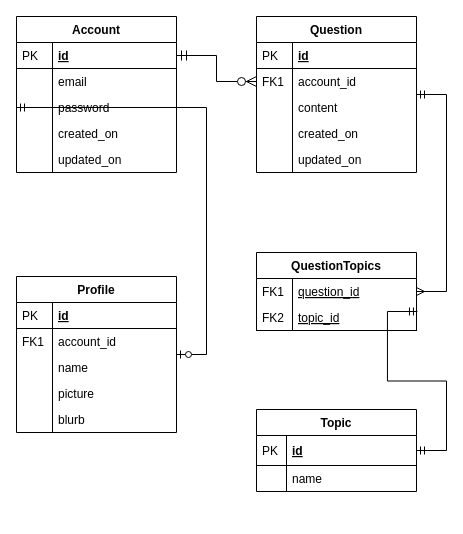
Earlier version of the draw.io diagram TableTopicsERD.drawio (michaelpetty/table-topics-generator). Source tidied: cells renumbered, new cells numbered last; positions are measured from the earlier drawing's top-left corner, leaving out a move shared by most shapes. Both pictures are drawn from the tidied source at 100%, with x=0, y=0 at pixel (16, 16).
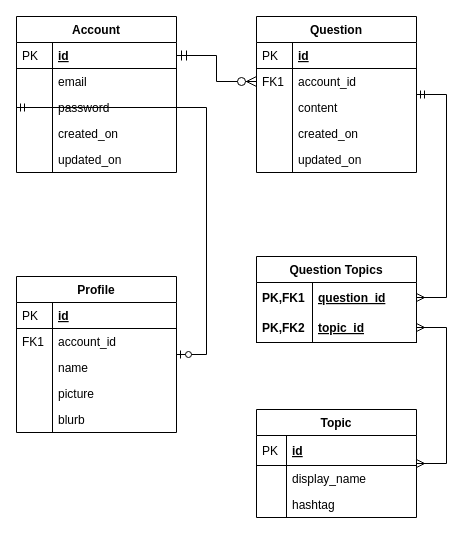
The same diagram, later.

Unchanged cells that the change refers to:
```xml
<mxCell id="14" value="Question" style="swimlane;fontStyle=1;horizontal=1;startSize=26;rounded=0;shadow=0;strokeWidth=1;" parent="1" vertex="1">
  <mxGeometry x="240" width="160" height="156" as="geometry" />
</mxCell>
```

Change to the diagram source:
```diff
@@
-    <mxCell id="13" style="edgeStyle=entityRelationEdgeStyle;rounded=0;jettySize=auto;html=1;startArrow=ERmandOne;startFill=0;endArrow=ERmany;endFill=0;" parent="1" edge="1" source="14" target="27">
+    <mxCell id="13" style="edgeStyle=entityRelationEdgeStyle;rounded=0;jettySize=auto;html=1;startArrow=ERmandOne;startFill=0;endArrow=ERmany;endFill=0;" parent="1" edge="1" source="14" target="28">
       <mxGeometry relative="1" as="geometry" />
     </mxCell>
@@
-    <mxCell id="26" style="edgeStyle=entityRelationEdgeStyle;rounded=0;jettySize=auto;html=1;startArrow=ERmandOne;startFill=0;endArrow=ERmandOne;endFill=0;exitX=1.006;exitY=0.269;exitDx=0;exitDy=0;exitPerimeter=0;" parent="1" edge="1" source="30" target="44">
+    <mxCell id="26" style="edgeStyle=entityRelationEdgeStyle;rounded=0;jettySize=auto;html=1;startArrow=ERmany;startFill=0;endArrow=ERmany;endFill=0;exitX=1;exitY=0.5;exitDx=0;exitDy=0;" parent="1" edge="1" source="30" target="44">
       <mxGeometry relative="1" as="geometry" />
     </mxCell>
-    <mxCell id="27" value="QuestionTopics" style="swimlane;fontStyle=1;horizontal=1;startSize=26;rounded=0;shadow=0;strokeWidth=1;swimlaneLine=1;" parent="1" vertex="1">
-      <mxGeometry x="240" y="236" width="160" height="78" as="geometry" />
-    </mxCell>
-    <mxCell id="28" value="question_id" style="shape=partialRectangle;top=0;left=0;right=0;bottom=1;align=left;verticalAlign=top;fillColor=none;spacingLeft=40;spacingRight=4;overflow=hidden;points=[[0,0.5],[1,0.5]];portConstraint=eastwest;rounded=0;shadow=0;strokeWidth=1;fontStyle=4;strokeColor=none;" parent="27" vertex="1">
-      <mxGeometry y="26" width="160" height="26" as="geometry" />
-    </mxCell>
-    <mxCell id="29" value="FK1" style="shape=partialRectangle;top=0;left=0;bottom=0;fillColor=none;align=left;verticalAlign=top;spacingLeft=4;spacingRight=4;overflow=hidden;" parent="28" vertex="1">
-      <mxGeometry width="36" height="26" as="geometry" />
-    </mxCell>
-    <mxCell id="30" value="topic_id" style="shape=partialRectangle;top=0;left=0;right=0;bottom=1;align=left;verticalAlign=top;fillColor=none;spacingLeft=40;spacingRight=4;overflow=hidden;points=[[0,0.5],[1,0.5]];portConstraint=eastwest;rounded=0;shadow=0;strokeWidth=1;fontStyle=4;" parent="27" vertex="1">
-      <mxGeometry y="52" width="160" height="26" as="geometry" />
-    </mxCell>
-    <mxCell id="31" value="FK2" style="shape=partialRectangle;top=0;left=0;bottom=0;fillColor=none;align=left;verticalAlign=top;spacingLeft=4;spacingRight=4;overflow=hidden;" parent="30" vertex="1">
-      <mxGeometry width="36" height="26" as="geometry" />
-    </mxCell>
@@
     <mxCell id="44" value="Topic" style="swimlane;fontStyle=1;horizontal=1;startSize=26;align=center;fontSize=12;rounded=0;shadow=0;strokeWidth=1;fillColor=none;" parent="1" vertex="1">
-      <mxGeometry x="240" y="393" width="160" height="82" as="geometry" />
+      <mxGeometry x="240" y="393" width="160" height="108" as="geometry" />
     </mxCell>
@@
-    <mxCell id="47" value="name" style="shape=partialRectangle;top=0;left=0;right=0;bottom=0;align=left;verticalAlign=top;fillColor=none;spacingLeft=34;spacingRight=4;overflow=hidden;fontSize=12;" parent="44" vertex="1">
+    <mxCell id="47" value="display_name" style="shape=partialRectangle;top=0;left=0;right=0;bottom=0;align=left;verticalAlign=top;fillColor=none;spacingLeft=34;spacingRight=4;overflow=hidden;fontSize=12;" parent="44" vertex="1">
       <mxGeometry y="56" width="160" height="26" as="geometry" />
     </mxCell>
@@
+    <mxCell id="49" value="hashtag" style="shape=partialRectangle;top=0;left=0;right=0;bottom=0;align=left;verticalAlign=top;fillColor=none;spacingLeft=34;spacingRight=4;overflow=hidden;fontSize=12;" parent="44" vertex="1">
+      <mxGeometry y="82" width="160" height="26" as="geometry" />
+    </mxCell>
+    <mxCell id="50" style="shape=partialRectangle;top=0;left=0;bottom=0;fillColor=none;align=left;verticalAlign=top;spacingLeft=4;spacingRight=4;overflow=hidden;fontSize=12;" parent="49" vertex="1">
+      <mxGeometry width="30" height="26" as="geometry" />
+    </mxCell>
+    <mxCell id="51" value="Question Topics" style="swimlane;fontStyle=1;horizontal=1;startSize=26;align=center;fontSize=12;" parent="1" vertex="1">
+      <mxGeometry x="240" y="240" width="160" height="86" as="geometry" />
+    </mxCell>
+    <mxCell id="28" value="question_id" style="shape=partialRectangle;top=0;left=0;right=0;bottom=0;align=left;verticalAlign=middle;fillColor=none;spacingLeft=60;spacingRight=4;overflow=hidden;points=[[0,0.5],[1,0.5]];portConstraint=eastwest;fontStyle=5;fontSize=12;" parent="51" vertex="1">
+      <mxGeometry y="26" width="160" height="30" as="geometry" />
+    </mxCell>
+    <mxCell id="52" value="PK,FK1" style="shape=partialRectangle;fontStyle=1;top=0;left=0;bottom=0;fillColor=none;align=left;verticalAlign=middle;spacingLeft=4;spacingRight=4;overflow=hidden;fontSize=12;" parent="28" vertex="1">
+      <mxGeometry width="56" height="30" as="geometry" />
+    </mxCell>
+    <mxCell id="30" value="topic_id" style="shape=partialRectangle;top=0;left=0;right=0;bottom=1;align=left;verticalAlign=middle;fillColor=none;spacingLeft=60;spacingRight=4;overflow=hidden;points=[[0,0.5],[1,0.5]];portConstraint=eastwest;fontStyle=5;fontSize=12;" parent="51" vertex="1">
+      <mxGeometry y="56" width="160" height="30" as="geometry" />
+    </mxCell>
+    <mxCell id="53" value="PK,FK2" style="shape=partialRectangle;fontStyle=1;top=0;left=0;bottom=0;fillColor=none;align=left;verticalAlign=middle;spacingLeft=4;spacingRight=4;overflow=hidden;fontSize=12;" parent="30" vertex="1">
+      <mxGeometry width="56" height="30" as="geometry" />
+    </mxCell>
```
